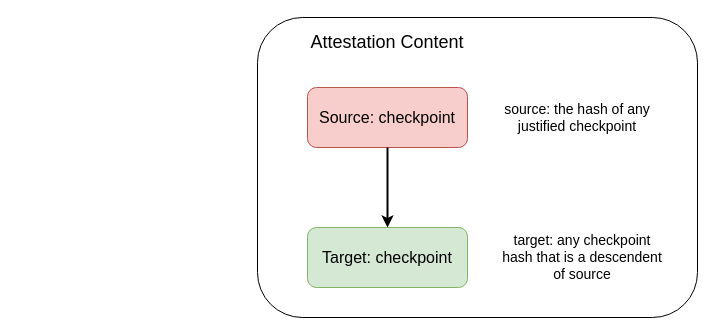
The draw.io diagram ethereum-research/consensus/Casper/pair.drawio in 0xyicheng/a-research-diagram, before the edit. Source tidied: cells renumbered, new cells numbered last; positions are measured from the earlier drawing's top-left corner, leaving out a move shared by most shapes. Both pictures are drawn from the tidied source at 100%, with x=0, y=0 at pixel (257, 17).
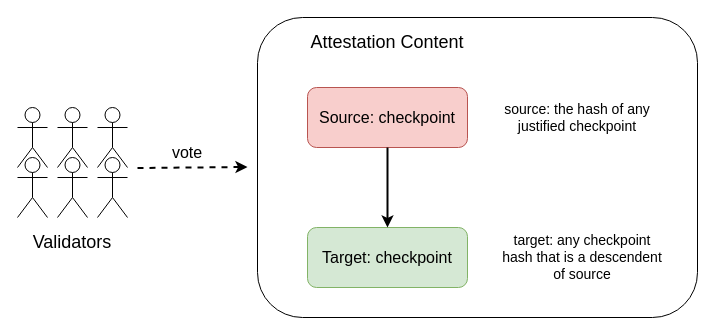
Above is the later version.

What changed in the source:
```diff
@@
 <mxGraphModel>
   <root>
     <mxCell id="0" />
     <mxCell id="1" parent="0" />
     <mxCell id="2" style="rounded=1;whiteSpace=wrap;html=1;fontSize=14;fillColor=default;" parent="1" vertex="1">
       <mxGeometry width="440" height="300" as="geometry" />
     </mxCell>
     <mxCell id="3" value="&lt;font style=&quot;font-size: 16px;&quot;&gt;Source: checkpoint&lt;/font&gt;" style="rounded=1;whiteSpace=wrap;html=1;fillColor=#f8cecc;strokeColor=#b85450;" parent="1" vertex="1">
       <mxGeometry x="50" y="70" width="160" height="60" as="geometry" />
     </mxCell>
     <mxCell id="4" value="&lt;font style=&quot;font-size: 16px;&quot;&gt;Target: checkpoint&lt;/font&gt;" style="rounded=1;whiteSpace=wrap;html=1;fillColor=#d5e8d4;strokeColor=#82b366;" parent="1" vertex="1">
       <mxGeometry x="50" y="210" width="160" height="60" as="geometry" />
     </mxCell>
     <mxCell id="5" value="&lt;font style=&quot;font-size: 14px;&quot;&gt;source:&amp;nbsp;the hash of any justified checkpoint&lt;/font&gt;" style="text;html=1;strokeColor=none;fillColor=none;align=center;verticalAlign=middle;whiteSpace=wrap;rounded=0;" parent="1" vertex="1">
       <mxGeometry x="240" y="80" width="160" height="40" as="geometry" />
     </mxCell>
     <mxCell id="6" value="&lt;font style=&quot;font-size: 14px;&quot;&gt;target:&amp;nbsp;any checkpoint hash that is a descendent of source&lt;/font&gt;" style="text;html=1;strokeColor=none;fillColor=none;align=center;verticalAlign=middle;whiteSpace=wrap;rounded=0;" parent="1" vertex="1">
       <mxGeometry x="240" y="220" width="170" height="40" as="geometry" />
     </mxCell>
     <mxCell id="7" style="endArrow=classic;html=1;rounded=0;fontSize=14;strokeWidth=2;exitX=0.5;exitY=1;exitDx=0;exitDy=0;entryX=0.5;entryY=0;entryDx=0;entryDy=0;" parent="1" edge="1" source="3" target="4">
       <mxGeometry relative="1" as="geometry" />
     </mxCell>
     <mxCell id="8" value="&lt;font style=&quot;font-size: 18px;&quot;&gt;Attestation Content&lt;/font&gt;" style="text;html=1;strokeColor=none;fillColor=none;align=center;verticalAlign=middle;whiteSpace=wrap;rounded=0;fontSize=14;" parent="1" vertex="1">
       <mxGeometry x="35" y="10" width="190" height="30" as="geometry" />
     </mxCell>
+    <mxCell id="9" style="shape=umlActor;verticalLabelPosition=bottom;verticalAlign=top;html=1;fontSize=18;fillColor=default;" parent="1" vertex="1">
+      <mxGeometry x="-240" y="90" width="30" height="60" as="geometry" />
+    </mxCell>
+    <mxCell id="10" style="shape=umlActor;verticalLabelPosition=bottom;verticalAlign=top;html=1;fontSize=18;fillColor=default;" parent="1" vertex="1">
+      <mxGeometry x="-200" y="90" width="30" height="60" as="geometry" />
+    </mxCell>
+    <mxCell id="11" style="shape=umlActor;verticalLabelPosition=bottom;verticalAlign=top;html=1;fontSize=18;fillColor=default;" parent="1" vertex="1">
+      <mxGeometry x="-160" y="90" width="30" height="60" as="geometry" />
+    </mxCell>
+    <mxCell id="12" style="shape=umlActor;verticalLabelPosition=bottom;verticalAlign=top;html=1;fontSize=18;fillColor=default;" parent="1" vertex="1">
+      <mxGeometry x="-240" y="140" width="30" height="60" as="geometry" />
+    </mxCell>
+    <mxCell id="13" style="shape=umlActor;verticalLabelPosition=bottom;verticalAlign=top;html=1;fontSize=18;fillColor=default;" parent="1" vertex="1">
+      <mxGeometry x="-200" y="140" width="30" height="60" as="geometry" />
+    </mxCell>
+    <mxCell id="14" value="Validators" style="text;html=1;strokeColor=none;fillColor=none;align=center;verticalAlign=middle;whiteSpace=wrap;rounded=0;fontSize=18;" parent="1" vertex="1">
+      <mxGeometry x="-215" y="210" width="60" height="30" as="geometry" />
+    </mxCell>
+    <mxCell id="15" style="shape=umlActor;verticalLabelPosition=bottom;verticalAlign=top;html=1;fontSize=18;fillColor=default;" parent="1" vertex="1">
+      <mxGeometry x="-160" y="140" width="30" height="60" as="geometry" />
+    </mxCell>
+    <mxCell id="16" style="endArrow=classic;html=1;rounded=0;strokeWidth=2;fontSize=18;dashed=1;" parent="1" edge="1">
+      <mxGeometry relative="1" as="geometry">
+        <mxPoint x="-120" y="150.5" as="sourcePoint" />
+        <mxPoint x="-10" y="149.5" as="targetPoint" />
+      </mxGeometry>
+    </mxCell>
+    <mxCell id="17" value="&lt;span style=&quot;font-size: 16px;&quot;&gt;vote&lt;/span&gt;" style="text;html=1;strokeColor=none;fillColor=none;align=center;verticalAlign=middle;whiteSpace=wrap;rounded=0;fontSize=18;" parent="1" vertex="1">
+      <mxGeometry x="-100" y="120" width="60" height="30" as="geometry" />
+    </mxCell>
   </root>
 </mxGraphModel>
```
